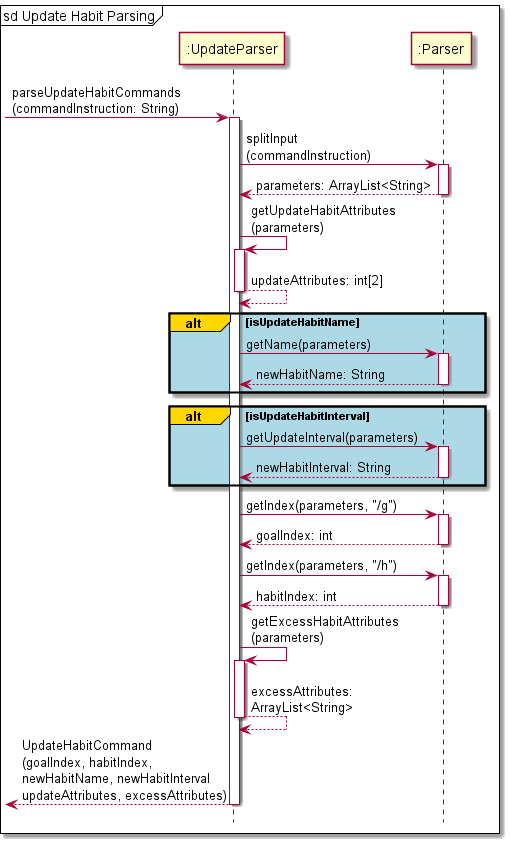
nus-cs2113-AY2122S1/tp keeps this PlantUML diagram as docs/Diagram_Images/Implementation_Diagram_Images/UpdateHabitCommandParserSequenceDiagram.png. Above is the earlier version.
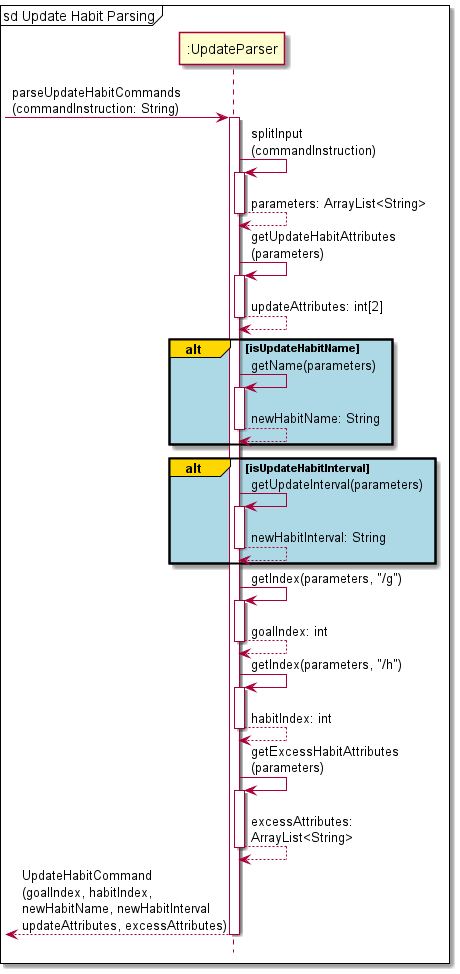
The same file after the commit.

Change to the diagram source:
```diff
@@ -5,10 +5,10 @@
 -> ":UpdateParser": parseUpdateHabitCommands\n(commandInstruction: String)
 activate ":UpdateParser"
 
-":UpdateParser" -> ":Parser": splitInput\n(commandInstruction)
-activate ":Parser"
-":Parser" --> ":UpdateParser": parameters: ArrayList<String>
-deactivate ":Parser"
+":UpdateParser" -> ":UpdateParser": splitInput\n(commandInstruction)
+activate ":UpdateParser"
+":UpdateParser" --> ":UpdateParser": parameters: ArrayList<String>
+deactivate ":UpdateParser"
 
 ":UpdateParser" -> ":UpdateParser": getUpdateHabitAttributes\n(parameters)
 activate ":UpdateParser"
@@ -16,27 +16,27 @@
 deactivate ":UpdateParser"
 
 alt#gold #lightblue isUpdateHabitName
-":UpdateParser" -> ":Parser": getName(parameters)
-activate ":Parser"
-":Parser" --> ":UpdateParser": newHabitName: String
-deactivate ":Parser"
+":UpdateParser" -> ":UpdateParser": getName(parameters)
+activate ":UpdateParser"
+":UpdateParser" --> ":UpdateParser": newHabitName: String
+deactivate ":UpdateParser"
 end
 alt#gold #lightblue isUpdateHabitInterval
-":UpdateParser" -> ":Parser": getUpdateInterval(parameters)
-activate ":Parser"
-":Parser" --> ":UpdateParser": newHabitInterval: String
-deactivate ":Parser"
+":UpdateParser" -> ":UpdateParser": getUpdateInterval(parameters)
+activate ":UpdateParser"
+":UpdateParser" --> ":UpdateParser": newHabitInterval: String
+deactivate ":UpdateParser"
 end
 
-":UpdateParser" -> ":Parser": getIndex(parameters, "/g")
-activate ":Parser"
-":Parser" --> ":UpdateParser": goalIndex: int
-deactivate ":Parser"
+":UpdateParser" -> ":UpdateParser": getIndex(parameters, "/g")
+activate ":UpdateParser"
+":UpdateParser" --> ":UpdateParser": goalIndex: int
+deactivate ":UpdateParser"
 
-":UpdateParser" -> ":Parser": getIndex(parameters, "/h")
-activate ":Parser"
-":Parser" --> ":UpdateParser": habitIndex: int
-deactivate ":Parser"
+":UpdateParser" -> ":UpdateParser": getIndex(parameters, "/h")
+activate ":UpdateParser"
+":UpdateParser" --> ":UpdateParser": habitIndex: int
+deactivate ":UpdateParser"
 
 ":UpdateParser" -> ":UpdateParser": getExcessHabitAttributes\n(parameters)
 activate ":UpdateParser"
```
